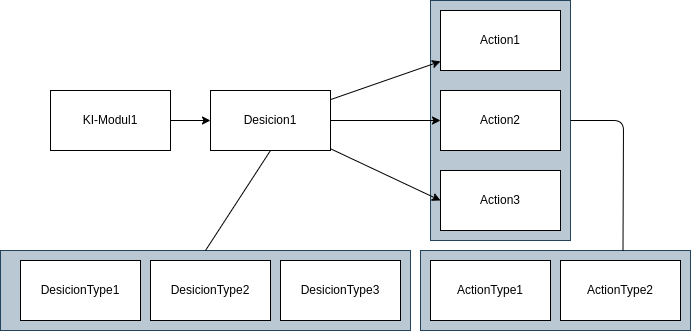
KI-Cockpit/ai-cockpit-api keeps this draw.io diagram as doc/requirements.png. Above is the earlier version. Source tidied: cells renumbered, new cells last; positions are measured from the earlier drawing's top-left corner, leaving out a move shared by most shapes.
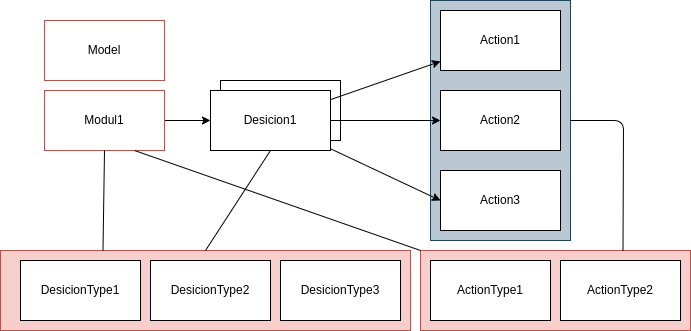
After the commit.

Diff of the diagram source:
```diff
@@ -2,13 +2,16 @@
   <root>
     <mxCell id="0" />
     <mxCell id="1" parent="0" />
+    <mxCell id="21" value="Desicion1" style="rounded=0;whiteSpace=wrap;html=1;" parent="1" vertex="1">
+      <mxGeometry x="220" y="80" width="120" height="60" as="geometry" />
+    </mxCell>
     <mxCell id="2" style="rounded=0;whiteSpace=wrap;html=1;fillColor=#bac8d3;strokeColor=#23445d;" parent="1" vertex="1">
       <mxGeometry x="430" width="140" height="240" as="geometry" />
     </mxCell>
-    <mxCell id="3" style="rounded=0;whiteSpace=wrap;html=1;fillColor=#bac8d3;strokeColor=#23445d;" parent="1" vertex="1">
+    <mxCell id="3" style="rounded=0;whiteSpace=wrap;html=1;fillColor=#f8cecc;strokeColor=#b85450;" parent="1" vertex="1">
       <mxGeometry x="420" y="250" width="270" height="80" as="geometry" />
     </mxCell>
-    <mxCell id="4" style="rounded=0;whiteSpace=wrap;html=1;fillColor=#bac8d3;strokeColor=#23445d;" parent="1" vertex="1">
+    <mxCell id="4" style="rounded=0;whiteSpace=wrap;html=1;fillColor=#f8cecc;strokeColor=#b85450;" parent="1" vertex="1">
       <mxGeometry y="250" width="410" height="80" as="geometry" />
     </mxCell>
     <mxCell id="5" style="edgeStyle=none;html=1;entryX=0;entryY=0.5;entryDx=0;entryDy=0;" parent="1" edge="1" source="8" target="11">
@@ -35,8 +38,8 @@
     <mxCell id="12" style="edgeStyle=none;html=1;" parent="1" edge="1" source="13" target="8">
       <mxGeometry relative="1" as="geometry" />
     </mxCell>
-    <mxCell id="13" value="KI-Modul1" style="rounded=0;whiteSpace=wrap;html=1;" parent="1" vertex="1">
-      <mxGeometry x="50" y="90" width="120" height="60" as="geometry" />
+    <mxCell id="13" value="Modul1" style="rounded=0;whiteSpace=wrap;html=1;fillColor=none;strokeColor=#b85450;" parent="1" vertex="1">
+      <mxGeometry x="44" y="90" width="120" height="60" as="geometry" />
     </mxCell>
     <mxCell id="14" value="DesicionType2" style="rounded=0;whiteSpace=wrap;html=1;" parent="1" vertex="1">
       <mxGeometry x="150" y="260" width="120" height="60" as="geometry" />
@@ -63,5 +66,14 @@
         </Array>
       </mxGeometry>
     </mxCell>
+    <mxCell id="22" style="endArrow=none;html=1;entryX=0.5;entryY=1;entryDx=0;entryDy=0;exitX=0.25;exitY=0;exitDx=0;exitDy=0;" parent="1" edge="1" source="4" target="13">
+      <mxGeometry relative="1" as="geometry" />
+    </mxCell>
+    <mxCell id="23" style="endArrow=none;html=1;entryX=0.75;entryY=1;entryDx=0;entryDy=0;exitX=0;exitY=0;exitDx=0;exitDy=0;" parent="1" edge="1" source="3" target="13">
+      <mxGeometry relative="1" as="geometry" />
+    </mxCell>
+    <mxCell id="24" value="Model" style="rounded=0;whiteSpace=wrap;html=1;fillColor=none;strokeColor=#b85450;" parent="1" vertex="1">
+      <mxGeometry x="44" y="20" width="120" height="60" as="geometry" />
+    </mxCell>
   </root>
 </mxGraphModel>
```
